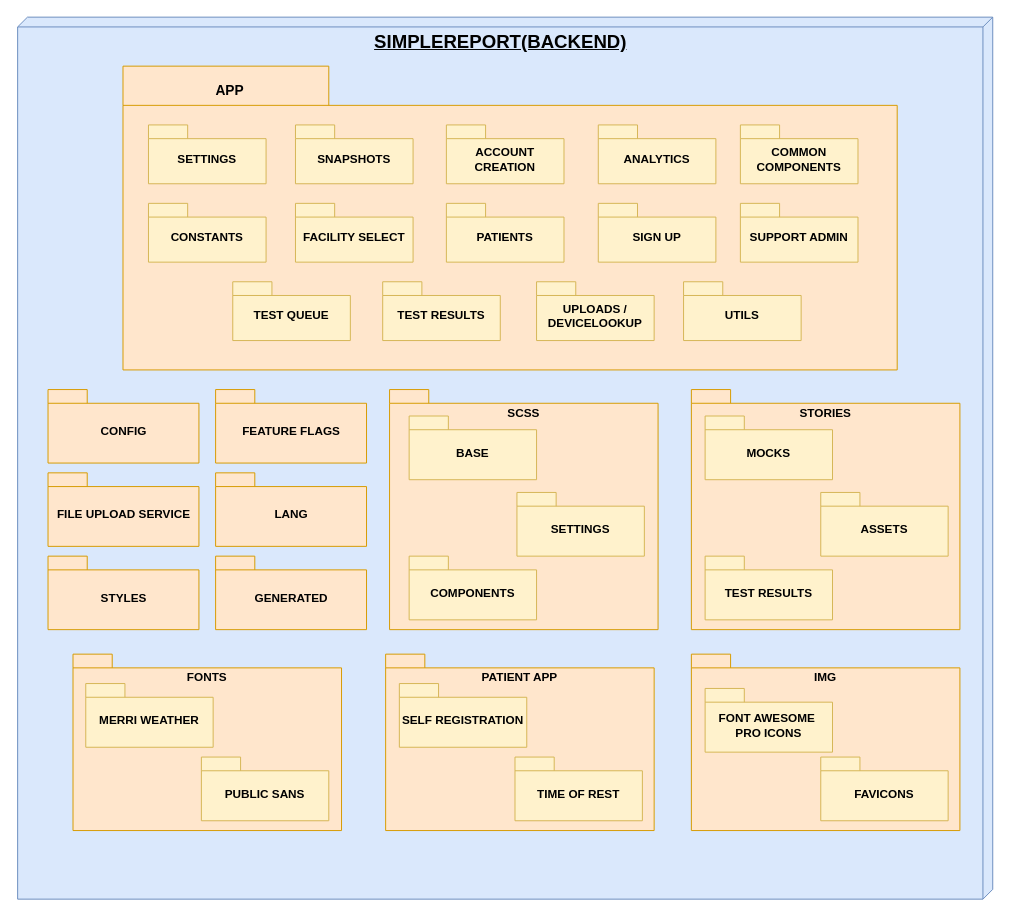
Before: VISTA DE DESARROLLO AISS FRONT.drawio in VictorSoler05/DRAW_IO, a draw.io diagram. Source tidied: cells renumbered, new cells numbered last; positions are measured from the earlier drawing's top-left corner, leaving out a move shared by most shapes. Both pictures are drawn from the tidied source at 98%, with x=0, y=0 at pixel (17, 17).
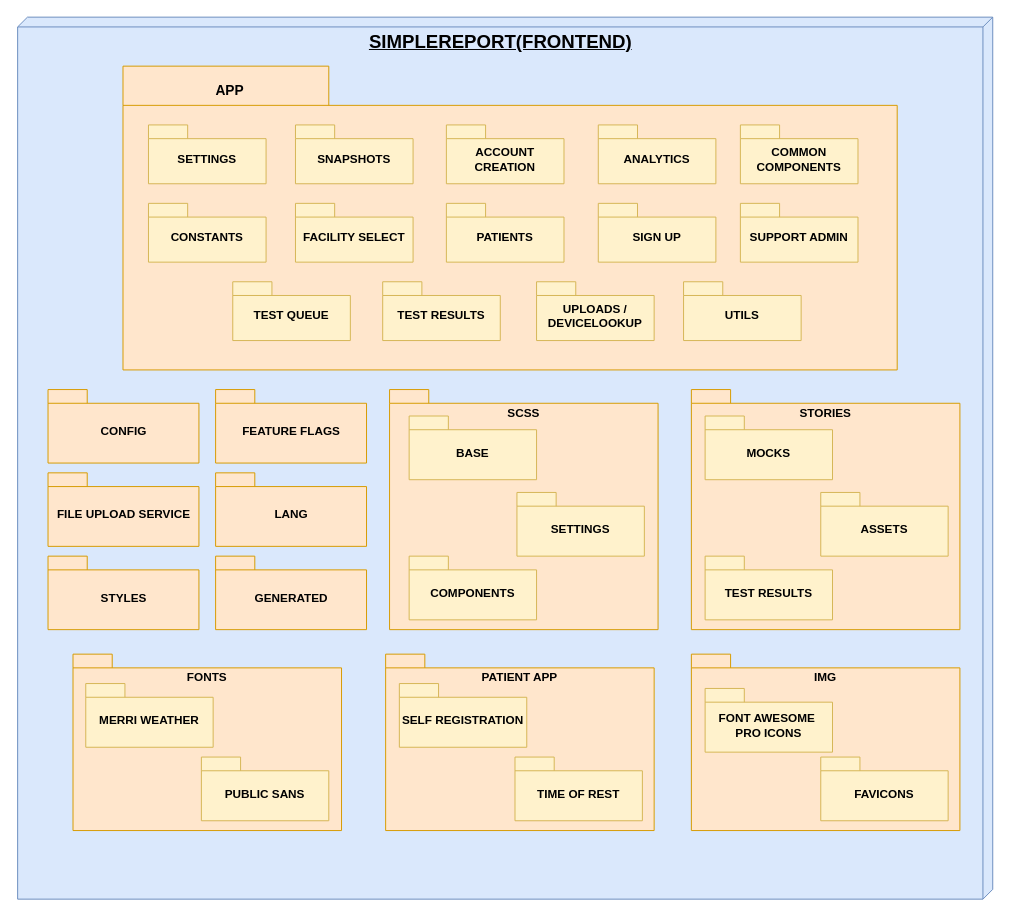
The same page after the edit.

Change to the diagram source:
```diff
@@
-    <mxCell id="2" value="SIMPLEREPORT(BACKEND)" style="verticalAlign=top;align=center;spacingTop=8;spacingLeft=2;spacingRight=12;shape=cube;size=10;direction=south;fontStyle=5;html=1;whiteSpace=wrap;fillColor=#dae8fc;strokeColor=#6c8ebf;fontSize=19;" parent="1" vertex="1">
+    <mxCell id="2" value="SIMPLEREPORT(FRONTEND)" style="verticalAlign=top;align=center;spacingTop=8;spacingLeft=2;spacingRight=12;shape=cube;size=10;direction=south;fontStyle=5;html=1;whiteSpace=wrap;fillColor=#dae8fc;strokeColor=#6c8ebf;fontSize=19;" parent="1" vertex="1">
       <mxGeometry x="0.5" width="995" height="900" as="geometry" />
     </mxCell>
```
